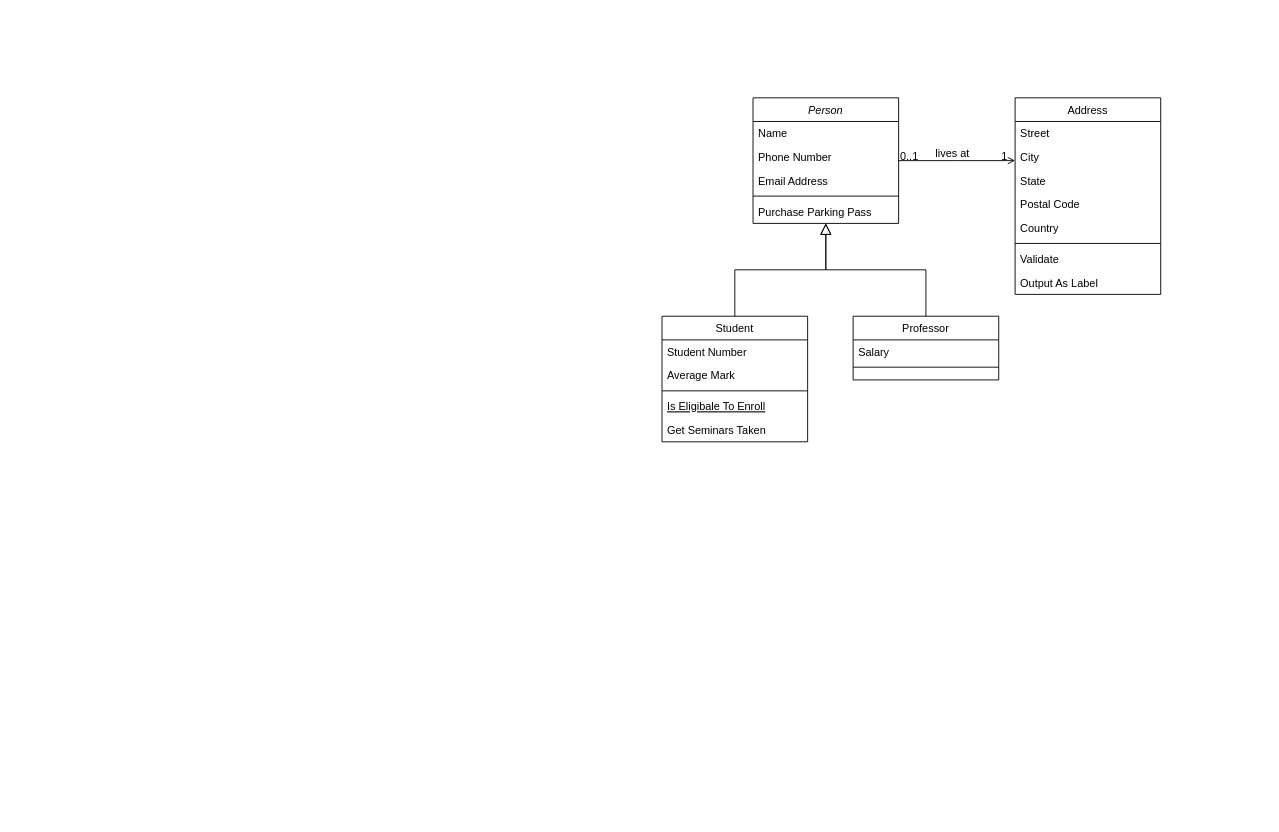
The draw.io diagram Untitled Diagram.drawio in Insenthium/Sky-Engine, before the edit. Source tidied: cells renumbered, new cells numbered last; positions are measured from the earlier drawing's top-left corner, leaving out a move shared by most shapes. Both pictures are drawn from the tidied source at 91%, with x=0, y=0 at pixel (662, 97).
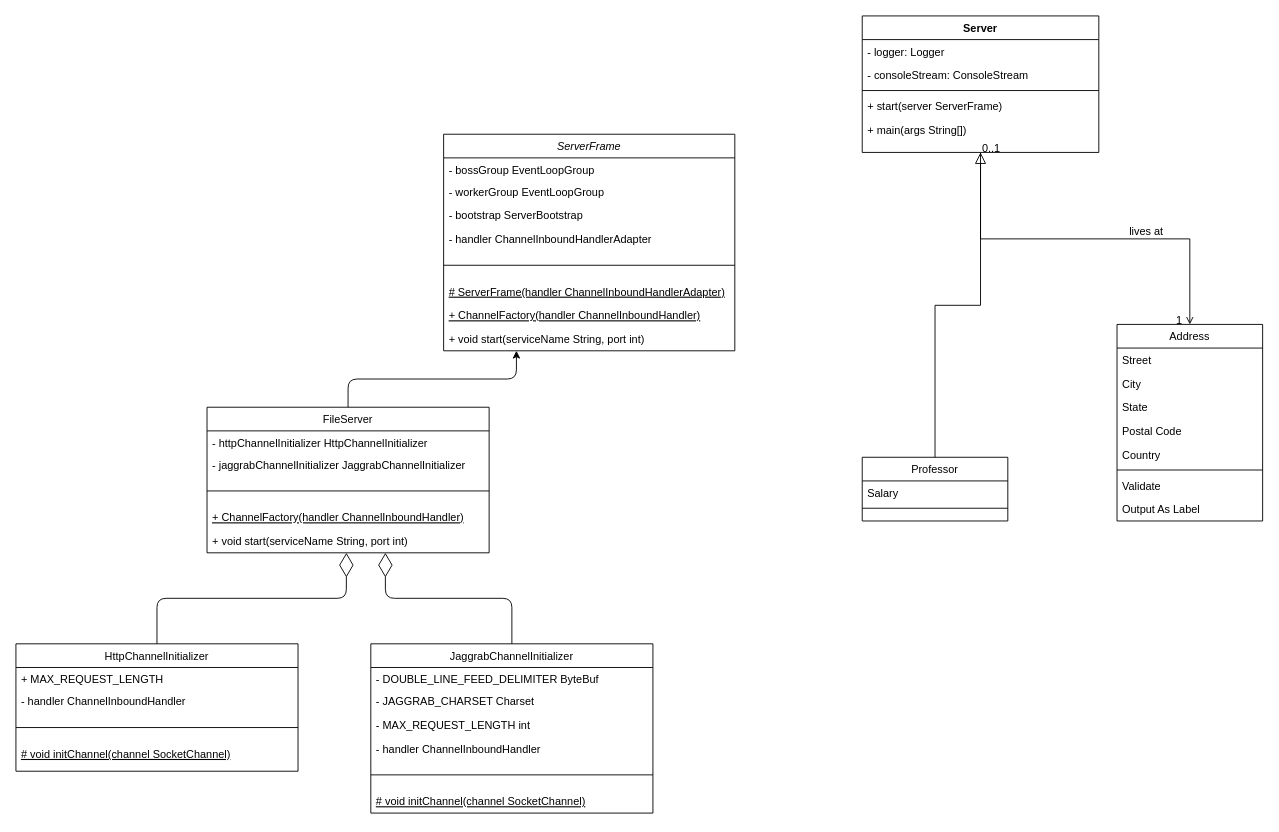
Above is the later version.

The edit, as a diff of the source:
```diff
@@
-    <mxCell id="2" value="Person" style="swimlane;fontStyle=2;align=center;verticalAlign=top;horizontal=1;startSize=26;rounded=0;shadow=0;strokeWidth=1;" parent="1" vertex="1">
-      <mxGeometry x="100" width="160" height="138" as="geometry" />
+    <mxCell id="2" value="Server" style="swimlane;fontStyle=1;align=center;verticalAlign=top;horizontal=1;startSize=26;rounded=0;shadow=0;strokeWidth=1;" parent="1" vertex="1">
+      <mxGeometry x="220" y="-90" width="260" height="150" as="geometry" />
     </mxCell>
-    <mxCell id="3" value="Name" style="text;align=left;verticalAlign=top;spacingLeft=4;spacingRight=4;overflow=hidden;" parent="2" vertex="1">
-      <mxGeometry y="26" width="160" height="26" as="geometry" />
+    <mxCell id="3" value="- logger: Logger" style="text;align=left;verticalAlign=top;spacingLeft=4;spacingRight=4;overflow=hidden;" parent="2" vertex="1">
+      <mxGeometry y="26" width="260" height="26" as="geometry" />
     </mxCell>
-    <mxCell id="4" value="Phone Number" style="text;align=left;verticalAlign=top;spacingLeft=4;spacingRight=4;overflow=hidden;rounded=0;shadow=0;html=0;" parent="2" vertex="1">
-      <mxGeometry y="52" width="160" height="26" as="geometry" />
+    <mxCell id="4" value="- consoleStream: ConsoleStream" style="text;align=left;verticalAlign=top;spacingLeft=4;spacingRight=4;overflow=hidden;rounded=0;shadow=0;html=0;" parent="2" vertex="1">
+      <mxGeometry y="52" width="260" height="26" as="geometry" />
     </mxCell>
-    <mxCell id="5" value="Email Address" style="text;align=left;verticalAlign=top;spacingLeft=4;spacingRight=4;overflow=hidden;rounded=0;shadow=0;html=0;" parent="2" vertex="1">
-      <mxGeometry y="78" width="160" height="26" as="geometry" />
-    </mxCell>
     <mxCell id="6" style="line;html=1;strokeWidth=1;align=left;verticalAlign=middle;spacingTop=-1;spacingLeft=3;spacingRight=3;labelPosition=right;" parent="2" vertex="1">
-      <mxGeometry y="104" width="160" height="8" as="geometry" />
+      <mxGeometry y="78" width="260" height="8" as="geometry" />
     </mxCell>
-    <mxCell id="7" value="Purchase Parking Pass" style="text;align=left;verticalAlign=top;spacingLeft=4;spacingRight=4;overflow=hidden;" parent="2" vertex="1">
-      <mxGeometry y="112" width="160" height="26" as="geometry" />
+    <mxCell id="7" value="+ start(server ServerFrame)" style="text;align=left;verticalAlign=top;spacingLeft=4;spacingRight=4;overflow=hidden;" parent="2" vertex="1">
+      <mxGeometry y="86" width="260" height="26" as="geometry" />
     </mxCell>
+    <mxCell id="32" value="+ main(args String[])" style="text;align=left;verticalAlign=top;spacingLeft=4;spacingRight=4;overflow=hidden;" parent="2" vertex="1">
+      <mxGeometry y="112" width="260" height="26" as="geometry" />
+    </mxCell>
-    <mxCell id="8" value="Student" style="swimlane;fontStyle=0;align=center;verticalAlign=top;horizontal=1;startSize=26;rounded=0;shadow=0;strokeWidth=1;" parent="1" vertex="1">
-      <mxGeometry y="240" width="160" height="138" as="geometry" />
+    <mxCell id="8" value="ServerFrame" style="swimlane;fontStyle=2;align=center;verticalAlign=top;horizontal=1;startSize=26;rounded=0;shadow=0;strokeWidth=1;" parent="1" vertex="1">
+      <mxGeometry x="-240" y="40" width="320" height="238" as="geometry" />
     </mxCell>
-    <mxCell id="9" value="Student Number" style="text;align=left;verticalAlign=top;spacingLeft=4;spacingRight=4;overflow=hidden;" parent="8" vertex="1">
-      <mxGeometry y="26" width="160" height="26" as="geometry" />
+    <mxCell id="9" value="- bossGroup EventLoopGroup&#10;" style="text;align=left;verticalAlign=top;spacingLeft=4;spacingRight=4;overflow=hidden;" parent="8" vertex="1">
+      <mxGeometry y="26" width="320" height="24" as="geometry" />
     </mxCell>
-    <mxCell id="10" value="Average Mark" style="text;align=left;verticalAlign=top;spacingLeft=4;spacingRight=4;overflow=hidden;rounded=0;shadow=0;html=0;" parent="8" vertex="1">
-      <mxGeometry y="52" width="160" height="26" as="geometry" />
+    <mxCell id="10" value="- workerGroup EventLoopGroup" style="text;align=left;verticalAlign=top;spacingLeft=4;spacingRight=4;overflow=hidden;rounded=0;shadow=0;html=0;" parent="8" vertex="1">
+      <mxGeometry y="50" width="320" height="26" as="geometry" />
     </mxCell>
+    <mxCell id="33" value="- bootstrap ServerBootstrap" style="text;align=left;verticalAlign=top;spacingLeft=4;spacingRight=4;overflow=hidden;rounded=0;shadow=0;html=0;" parent="8" vertex="1">
+      <mxGeometry y="76" width="320" height="26" as="geometry" />
+    </mxCell>
+    <mxCell id="34" value="- handler ChannelInboundHandlerAdapter" style="text;align=left;verticalAlign=top;spacingLeft=4;spacingRight=4;overflow=hidden;rounded=0;shadow=0;html=0;" parent="8" vertex="1">
+      <mxGeometry y="102" width="320" height="26" as="geometry" />
+    </mxCell>
     <mxCell id="11" style="line;html=1;strokeWidth=1;align=left;verticalAlign=middle;spacingTop=-1;spacingLeft=3;spacingRight=3;labelPosition=right;" parent="8" vertex="1">
-      <mxGeometry y="78" width="160" height="8" as="geometry" />
+      <mxGeometry y="128" width="320" height="32" as="geometry" />
     </mxCell>
-    <mxCell id="12" value="Is Eligibale To Enroll" style="text;align=left;verticalAlign=top;spacingLeft=4;spacingRight=4;overflow=hidden;fontStyle=4;" parent="8" vertex="1">
-      <mxGeometry y="86" width="160" height="26" as="geometry" />
+    <mxCell id="12" value="# ServerFrame(handler ChannelInboundHandlerAdapter)" style="text;align=left;verticalAlign=top;spacingLeft=4;spacingRight=4;overflow=hidden;fontStyle=4;" parent="8" vertex="1">
+      <mxGeometry y="160" width="320" height="26" as="geometry" />
     </mxCell>
+    <mxCell id="35" value="+ ChannelFactory(handler ChannelInboundHandler)" style="text;align=left;verticalAlign=top;spacingLeft=4;spacingRight=4;overflow=hidden;fontStyle=4;" parent="8" vertex="1">
+      <mxGeometry y="186" width="320" height="26" as="geometry" />
+    </mxCell>
-    <mxCell id="13" value="Get Seminars Taken" style="text;align=left;verticalAlign=top;spacingLeft=4;spacingRight=4;overflow=hidden;" parent="8" vertex="1">
-      <mxGeometry y="112" width="160" height="26" as="geometry" />
+    <mxCell id="13" value="+ void start(serviceName String, port int)" style="text;align=left;verticalAlign=top;spacingLeft=4;spacingRight=4;overflow=hidden;" parent="8" vertex="1">
+      <mxGeometry y="212" width="320" height="26" as="geometry" />
     </mxCell>
-    <mxCell id="14" style="endArrow=block;endSize=10;endFill=0;shadow=0;strokeWidth=1;rounded=0;edgeStyle=elbowEdgeStyle;elbow=vertical;" parent="1" edge="1" source="8" target="2">
-      <mxGeometry relative="1" as="geometry" />
-    </mxCell>
     <mxCell id="15" value="Professor" style="swimlane;fontStyle=0;align=center;verticalAlign=top;horizontal=1;startSize=26;rounded=0;shadow=0;strokeWidth=1;" parent="1" vertex="1">
-      <mxGeometry x="210" y="240" width="160" height="70" as="geometry" />
+      <mxGeometry x="220" y="395" width="160" height="70" as="geometry" />
     </mxCell>
@@
     <mxCell id="19" value="Address" style="swimlane;fontStyle=0;align=center;verticalAlign=top;horizontal=1;startSize=26;rounded=0;shadow=0;strokeWidth=1;" parent="1" vertex="1">
-      <mxGeometry x="388" width="160" height="216" as="geometry" />
+      <mxGeometry x="500" y="249" width="160" height="216" as="geometry" />
     </mxCell>
@@
+    <mxCell id="36" value="FileServer" style="swimlane;fontStyle=0;align=center;verticalAlign=top;horizontal=1;startSize=26;rounded=0;shadow=0;strokeWidth=1;" parent="1" vertex="1">
+      <mxGeometry x="-500" y="340" width="310" height="160" as="geometry" />
+    </mxCell>
+    <mxCell id="37" value="- httpChannelInitializer HttpChannelInitializer" style="text;align=left;verticalAlign=top;spacingLeft=4;spacingRight=4;overflow=hidden;" parent="36" vertex="1">
+      <mxGeometry y="26" width="310" height="24" as="geometry" />
+    </mxCell>
+    <mxCell id="38" value="- jaggrabChannelInitializer JaggrabChannelInitializer" style="text;align=left;verticalAlign=top;spacingLeft=4;spacingRight=4;overflow=hidden;rounded=0;shadow=0;html=0;" parent="36" vertex="1">
+      <mxGeometry y="50" width="310" height="26" as="geometry" />
+    </mxCell>
+    <mxCell id="39" style="line;html=1;strokeWidth=1;align=left;verticalAlign=middle;spacingTop=-1;spacingLeft=3;spacingRight=3;labelPosition=right;" parent="36" vertex="1">
+      <mxGeometry y="76" width="310" height="32" as="geometry" />
+    </mxCell>
+    <mxCell id="40" value="+ ChannelFactory(handler ChannelInboundHandler)" style="text;align=left;verticalAlign=top;spacingLeft=4;spacingRight=4;overflow=hidden;fontStyle=4;" parent="36" vertex="1">
+      <mxGeometry y="108" width="310" height="26" as="geometry" />
+    </mxCell>
+    <mxCell id="41" value="+ void start(serviceName String, port int)" style="text;align=left;verticalAlign=top;spacingLeft=4;spacingRight=4;overflow=hidden;points=[[0,0.5],[1,0.5]];portConstraint=eastwest;" parent="36" vertex="1">
+      <mxGeometry y="134" width="310" height="26" as="geometry" />
+    </mxCell>
+    <mxCell id="42" style="endArrow=classic;html=1;entryX=0.25;entryY=1;entryDx=0;entryDy=0;exitX=0.5;exitY=0;exitDx=0;exitDy=0;edgeStyle=orthogonalEdgeStyle;" parent="1" edge="1" source="36" target="8">
+      <mxGeometry relative="1" as="geometry" />
+    </mxCell>
+    <mxCell id="43" value="HttpChannelInitializer" style="swimlane;fontStyle=0;align=center;verticalAlign=top;horizontal=1;startSize=26;rounded=0;shadow=0;strokeWidth=1;" parent="1" vertex="1">
+      <mxGeometry x="-710" y="600" width="310" height="140" as="geometry" />
+    </mxCell>
+    <mxCell id="44" value="+ MAX_REQUEST_LENGTH" style="text;align=left;verticalAlign=top;spacingLeft=4;spacingRight=4;overflow=hidden;" parent="43" vertex="1">
+      <mxGeometry y="26" width="310" height="24" as="geometry" />
+    </mxCell>
+    <mxCell id="45" value="- handler ChannelInboundHandler" style="text;align=left;verticalAlign=top;spacingLeft=4;spacingRight=4;overflow=hidden;rounded=0;shadow=0;html=0;" parent="43" vertex="1">
+      <mxGeometry y="50" width="310" height="26" as="geometry" />
+    </mxCell>
+    <mxCell id="46" style="line;html=1;strokeWidth=1;align=left;verticalAlign=middle;spacingTop=-1;spacingLeft=3;spacingRight=3;labelPosition=right;" parent="43" vertex="1">
+      <mxGeometry y="76" width="310" height="32" as="geometry" />
+    </mxCell>
+    <mxCell id="47" value="# void initChannel(channel SocketChannel)" style="text;align=left;verticalAlign=top;spacingLeft=4;spacingRight=4;overflow=hidden;fontStyle=4;" parent="43" vertex="1">
+      <mxGeometry y="108" width="310" height="26" as="geometry" />
+    </mxCell>
+    <mxCell id="48" style="endArrow=diamondThin;endFill=0;endSize=24;html=1;exitX=0.5;exitY=0;exitDx=0;exitDy=0;entryX=0.494;entryY=1;entryDx=0;entryDy=0;entryPerimeter=0;edgeStyle=orthogonalEdgeStyle;" parent="1" edge="1" source="43" target="41">
+      <mxGeometry relative="1" as="geometry" />
+    </mxCell>
+    <mxCell id="49" value="JaggrabChannelInitializer" style="swimlane;fontStyle=0;align=center;verticalAlign=top;horizontal=1;startSize=26;rounded=0;shadow=0;strokeWidth=1;" parent="1" vertex="1">
+      <mxGeometry x="-320" y="600" width="310" height="186" as="geometry" />
+    </mxCell>
+    <mxCell id="50" value="- DOUBLE_LINE_FEED_DELIMITER ByteBuf" style="text;align=left;verticalAlign=top;spacingLeft=4;spacingRight=4;overflow=hidden;" parent="49" vertex="1">
+      <mxGeometry y="26" width="310" height="24" as="geometry" />
+    </mxCell>
+    <mxCell id="51" value="- JAGGRAB_CHARSET Charset" style="text;align=left;verticalAlign=top;spacingLeft=4;spacingRight=4;overflow=hidden;rounded=0;shadow=0;html=0;" parent="49" vertex="1">
+      <mxGeometry y="50" width="310" height="26" as="geometry" />
+    </mxCell>
+    <mxCell id="52" value="- MAX_REQUEST_LENGTH int" style="text;align=left;verticalAlign=top;spacingLeft=4;spacingRight=4;overflow=hidden;rounded=0;shadow=0;html=0;" parent="49" vertex="1">
+      <mxGeometry y="76" width="310" height="26" as="geometry" />
+    </mxCell>
+    <mxCell id="53" value="- handler ChannelInboundHandler" style="text;align=left;verticalAlign=top;spacingLeft=4;spacingRight=4;overflow=hidden;rounded=0;shadow=0;html=0;" parent="49" vertex="1">
+      <mxGeometry y="102" width="310" height="26" as="geometry" />
+    </mxCell>
+    <mxCell id="54" style="line;html=1;strokeWidth=1;align=left;verticalAlign=middle;spacingTop=-1;spacingLeft=3;spacingRight=3;labelPosition=right;" parent="49" vertex="1">
+      <mxGeometry y="128" width="310" height="32" as="geometry" />
+    </mxCell>
+    <mxCell id="55" value="# void initChannel(channel SocketChannel)" style="text;align=left;verticalAlign=top;spacingLeft=4;spacingRight=4;overflow=hidden;fontStyle=4;" parent="49" vertex="1">
+      <mxGeometry y="160" width="310" height="26" as="geometry" />
+    </mxCell>
+    <mxCell id="56" style="endArrow=diamondThin;endFill=0;endSize=24;html=1;exitX=0.5;exitY=0;exitDx=0;exitDy=0;edgeStyle=orthogonalEdgeStyle;" parent="1" edge="1" source="49" target="41">
+      <mxGeometry relative="1" as="geometry">
+        <Array as="points">
+          <mxPoint x="-165" y="550" />
+          <mxPoint x="-304" y="550" />
+        </Array>
+      </mxGeometry>
+    </mxCell>
```
